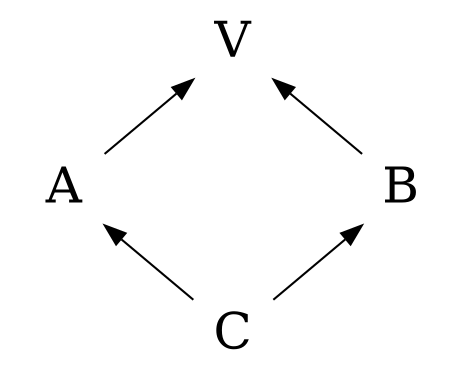
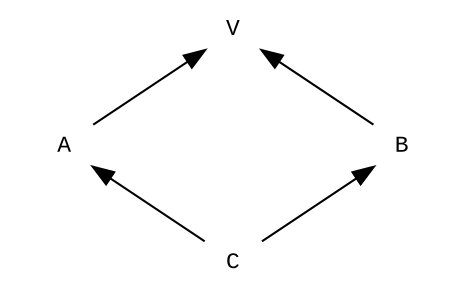
digraph virt {
    graph [nodesep=1.5, rankdir=BT];

-     V [shape=plaintext, height=.1, fontsize=24];
-     A [shape=plaintext, height=.1, fontsize=24];
-     B [shape=plaintext, height=.1, fontsize=24];
-     C [shape=plaintext, height=.1, fontsize=24];
+     V [shape=plaintext, height=.1, fontsize=11, fontname="Courier New"];
+     A [shape=plaintext, height=.1, fontsize=11, fontname="Courier New"];
+     B [shape=plaintext, height=.1, fontsize=11, fontname="Courier New"];
+     C [shape=plaintext, height=.1, fontsize=11, fontname="Courier New"];

    C -> B;
    C -> A;
    B -> V;
    A -> V;
- }+ }
